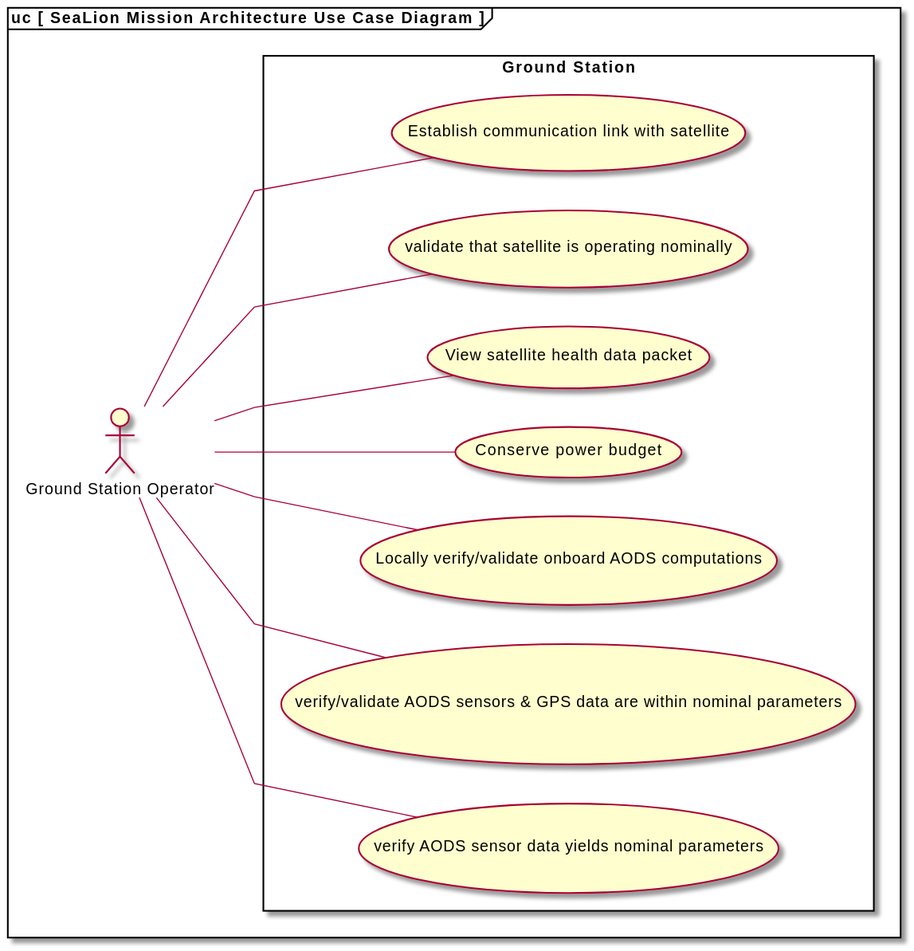
This is use-case-diagram.svg from capsulecorplab/flight-software, a PlantUML export, as it was before one commit. Its source is kept beside it as use-case-diagram.puml.
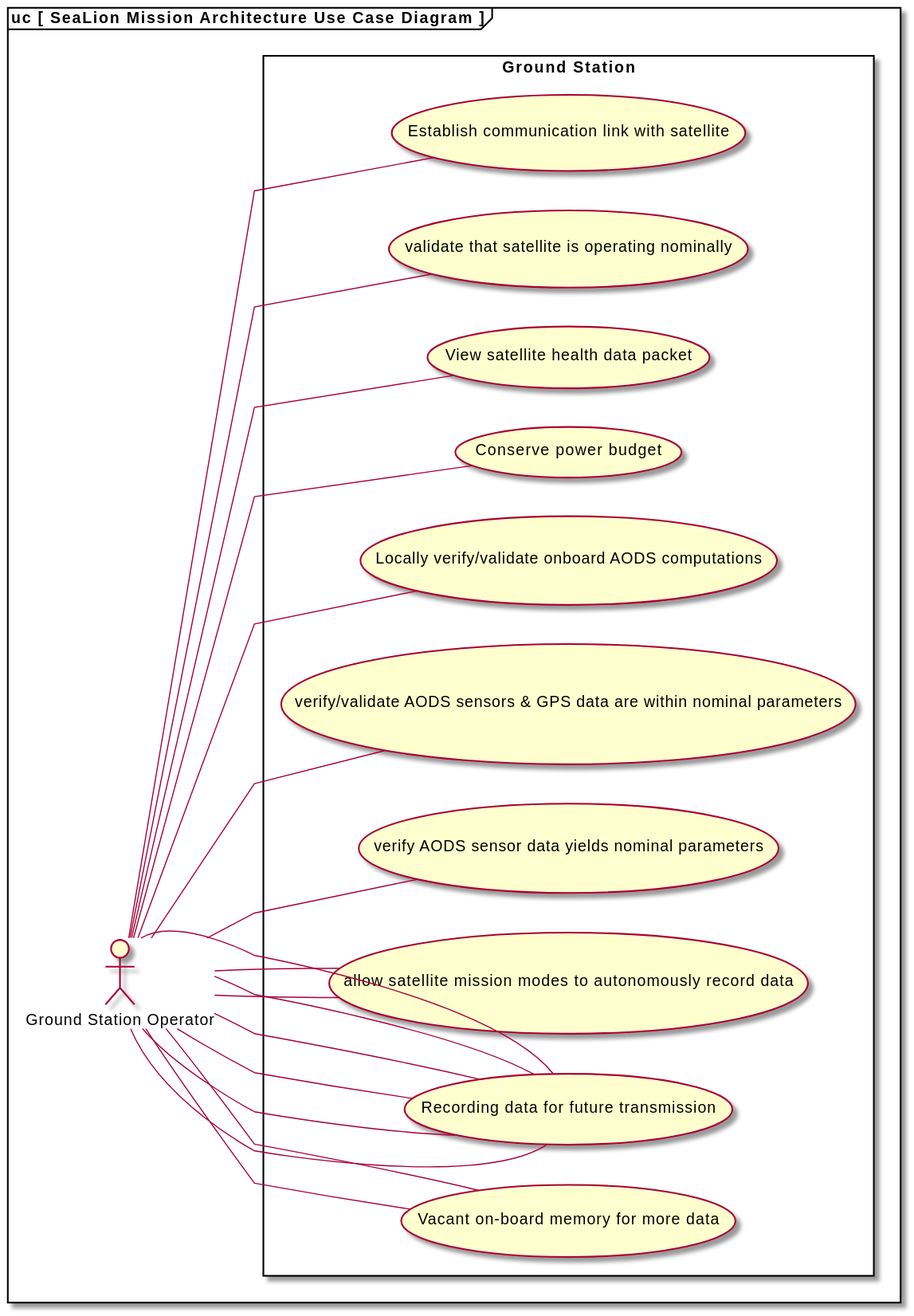
The same file after the commit.

Change to the diagram source:
```diff
@@ -22,6 +22,26 @@
 
         (verify AODS sensor data yields nominal parameters)
 
+        (allow satellite mission modes to autonomously record data)
+
+        (allow satellite mission modes to autonomously record data)
+
+        (Recording data for future transmission)
+
+        (Recording data for future transmission)
+
+        (Vacant on-board memory for more data)
+
+        (Recording data for future transmission)
+
+        (Recording data for future transmission)
+
+        (Recording data for future transmission)
+
+        (Recording data for future transmission)
+
+        (Vacant on-board memory for more data)
+
 
     }
 
@@ -40,6 +60,26 @@
 
     :Ground Station Operator: -- (verify AODS sensor data yields nominal parameters)
 
+    :Ground Station Operator: -- (allow satellite mission modes to autonomously record data)
+
+    :Ground Station Operator: -- (allow satellite mission modes to autonomously record data)
+
+    :Ground Station Operator: -- (Recording data for future transmission)
+
+    :Ground Station Operator: -- (Recording data for future transmission)
+
+    :Ground Station Operator: -- (Vacant on-board memory for more data)
+
+    :Ground Station Operator: -- (Recording data for future transmission)
+
+    :Ground Station Operator: -- (Recording data for future transmission)
+
+    :Ground Station Operator: -- (Recording data for future transmission)
+
+    :Ground Station Operator: -- (Recording data for future transmission)
+
+    :Ground Station Operator: -- (Vacant on-board memory for more data)
+
 
 }
 @enduml
```
